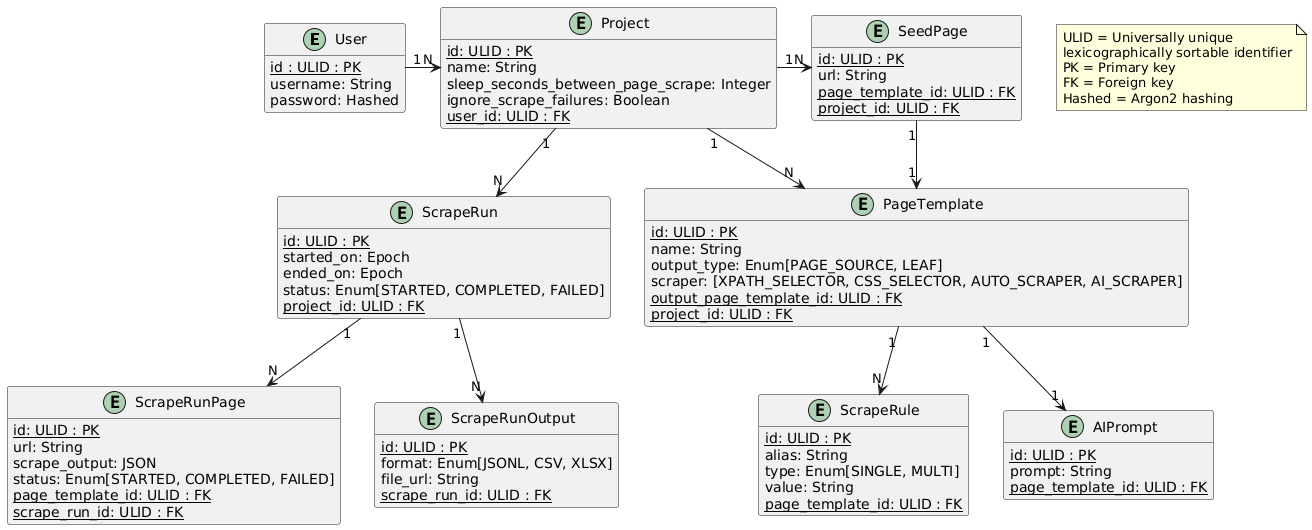
Before: docs/plantuml/output/db-schema.png, a diagram exported from PlantUML (tejas0908/EasyScraper).
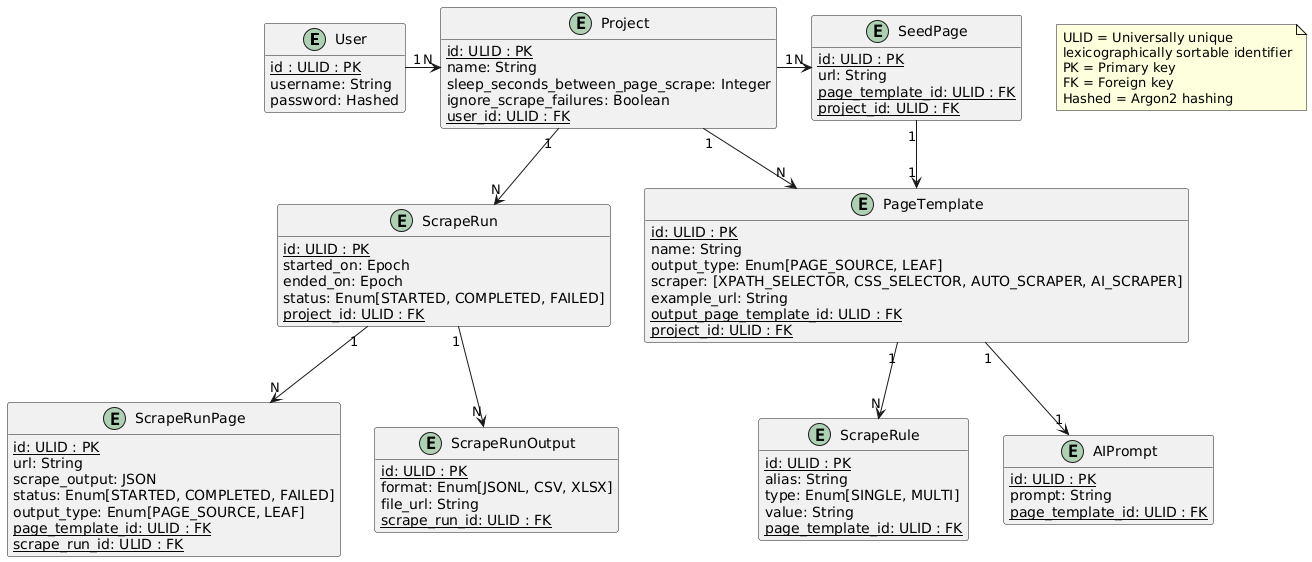
After the change.

Change to the diagram source:
```diff
@@ -16,6 +16,7 @@
     name: String
     output_type: Enum[PAGE_SOURCE, LEAF]
     scraper: [XPATH_SELECTOR, CSS_SELECTOR, AUTO_SCRAPER, AI_SCRAPER]
+    example_url: String
     {static} output_page_template_id: ULID : FK
     {static} project_id: ULID : FK
 }
@@ -49,6 +50,7 @@
     url: String
     scrape_output: JSON
     status: Enum[STARTED, COMPLETED, FAILED]
+    output_type: Enum[PAGE_SOURCE, LEAF]
     {static} page_template_id: ULID : FK
     {static} scrape_run_id: ULID : FK
 }
@@ -86,4 +88,5 @@
     FK = Foreign key
     Hashed = Argon2 hashing
 end note
+
 @enduml
```
